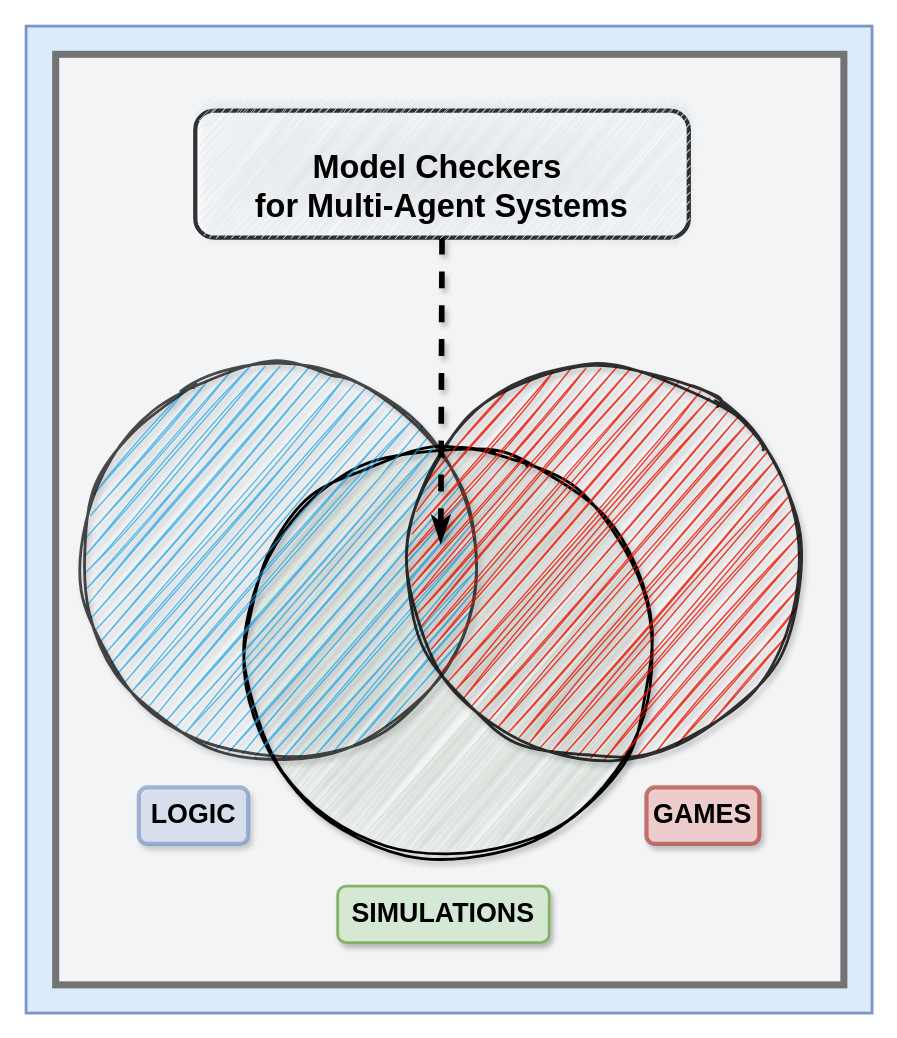
Before: docs/img/pymcmas-neighborhood.drawio in mattvonrocketstein/py-mcmas, a draw.io diagram. Source tidied: cells renumbered, new cells numbered last; positions are measured from the earlier drawing's top-left corner, leaving out a move shared by most shapes. Both pictures are drawn from the tidied source at 141%, with x=0, y=0 at pixel (25, 25).
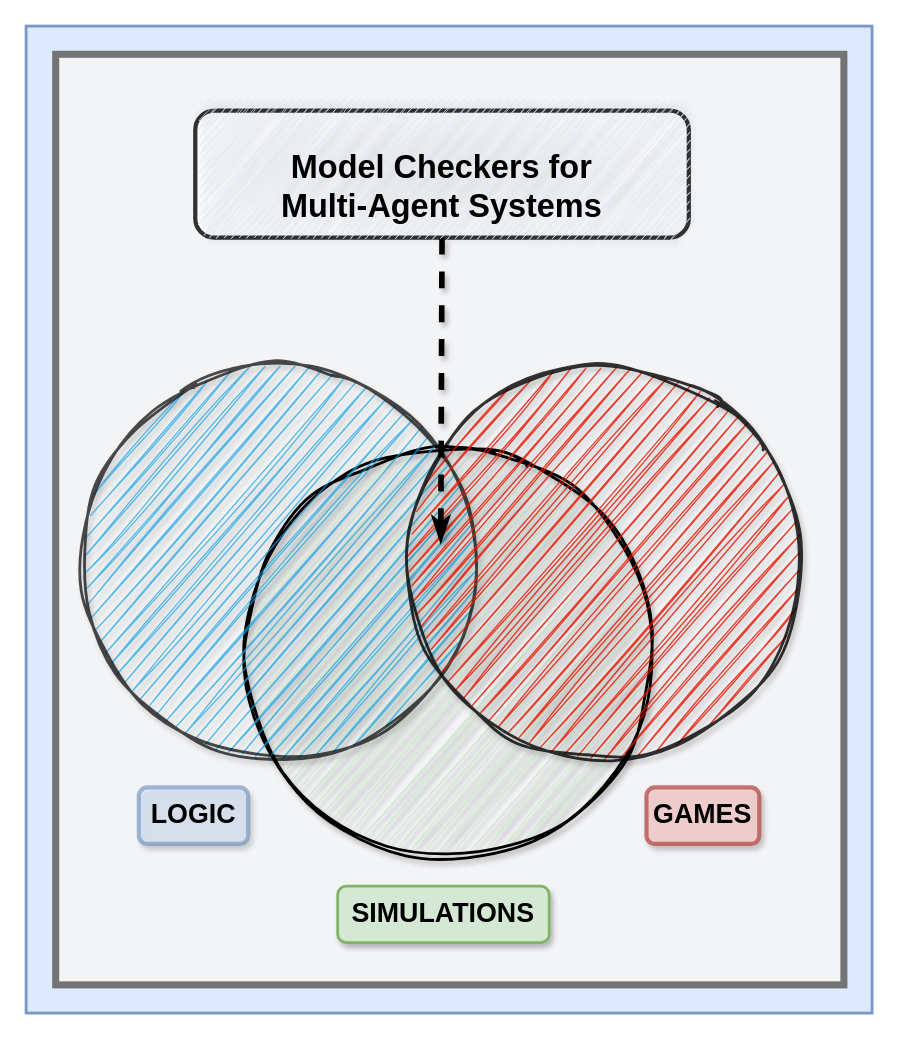
The same diagram, later.

Change to the diagram source:
```diff
@@
 <mxGraphModel>
   <root>
     <mxCell id="0" />
     <mxCell id="1" parent="0" />
     <mxCell id="2" style="rounded=0;whiteSpace=wrap;html=1;shadow=0;opacity=90;strokeWidth=2;align=center;verticalAlign=middle;fontFamily=Helvetica;fontSize=12;glass=0;gradientDirection=radial;fillColor=#dae8fc;strokeColor=#6c8ebf;" parent="1" vertex="1">
       <mxGeometry width="600" height="700" as="geometry" />
     </mxCell>
     <mxCell id="3" style="rounded=0;whiteSpace=wrap;html=1;shadow=0;opacity=90;strokeWidth=5;align=center;verticalAlign=middle;fontFamily=Helvetica;fontSize=12;glass=0;fillColor=#f5f5f5;strokeColor=#666666;fontColor=#333333;" parent="1" vertex="1">
       <mxGeometry x="21" y="20" width="559" height="660" as="geometry" />
     </mxCell>
     <mxCell id="4" style="ellipse;whiteSpace=wrap;html=1;gradientDirection=radial;rounded=1;shadow=1;align=center;verticalAlign=middle;fontFamily=Helvetica;fontSize=12;strokeWidth=2;fillColor=#d5e8d4;strokeColor=light-dark(#000000, #446e2c);sketch=1;curveFitting=1;jiggle=2;" parent="1" vertex="1">
       <mxGeometry x="155" y="299" width="290" height="290" as="geometry" />
     </mxCell>
     <mxCell id="5" value="&lt;div&gt;&lt;b&gt;&lt;font style=&quot;font-size: 19px;&quot;&gt;&amp;nbsp; &amp;nbsp; &amp;nbsp; &amp;nbsp; &amp;nbsp;&amp;nbsp;&lt;/font&gt;&lt;/b&gt;&lt;/div&gt;&lt;div&gt;&lt;b&gt;&lt;font style=&quot;font-size: 19px;&quot;&gt;&amp;nbsp; &amp;nbsp; &amp;nbsp; &amp;nbsp;&amp;nbsp;&lt;/font&gt;&lt;/b&gt;&lt;/div&gt;&lt;div&gt;&lt;br&gt;&lt;/div&gt;&lt;div&gt;&lt;b&gt;&lt;font style=&quot;font-size: 19px;&quot;&gt;&lt;br&gt;&lt;/font&gt;&lt;/b&gt;&lt;/div&gt;&lt;div&gt;&lt;b&gt;&lt;font style=&quot;font-size: 19px;&quot;&gt;&lt;br&gt;&lt;/font&gt;&lt;/b&gt;&lt;/div&gt;&lt;div&gt;&lt;b&gt;&lt;font style=&quot;font-size: 19px;&quot;&gt;&lt;br&gt;&lt;/font&gt;&lt;/b&gt;&lt;/div&gt;&lt;div&gt;&lt;b&gt;&lt;font style=&quot;font-size: 19px;&quot;&gt;&lt;br&gt;&lt;/font&gt;&lt;/b&gt;&lt;/div&gt;&lt;div&gt;&lt;b&gt;&lt;font style=&quot;font-size: 19px;&quot;&gt;&lt;br&gt;&lt;/font&gt;&lt;/b&gt;&lt;/div&gt;&lt;div&gt;&lt;b&gt;&lt;font style=&quot;font-size: 19px;&quot;&gt;&lt;br&gt;&lt;/font&gt;&lt;/b&gt;&lt;/div&gt;" style="ellipse;whiteSpace=wrap;html=1;rounded=1;shadow=1;opacity=70;align=center;verticalAlign=middle;fontFamily=Helvetica;fontSize=12;strokeWidth=2;fillColor=#1ba1e2;strokeColor=#000000;gradientDirection=west;fontColor=#ffffff;sketch=1;curveFitting=1;jiggle=2;" parent="1" vertex="1">
       <mxGeometry x="40" y="240" width="280" height="280" as="geometry" />
     </mxCell>
     <mxCell id="6" value="&lt;font style=&quot;font-size: 19px; color: rgb(0, 0, 0);&quot;&gt;&lt;b style=&quot;&quot;&gt;SIMULATIONS&lt;/b&gt;&lt;/font&gt;" style="rounded=1;whiteSpace=wrap;html=1;shadow=1;strokeWidth=2;align=center;verticalAlign=middle;fontFamily=Helvetica;fontSize=12;glass=0;gradientDirection=south;fillColor=#d5e8d4;strokeColor=#82b366;" parent="1" vertex="1">
       <mxGeometry x="221" y="610" width="150" height="40" as="geometry" />
     </mxCell>
     <mxCell id="7" value="&lt;div&gt;&lt;b&gt;&lt;font style=&quot;font-size: 19px;&quot;&gt;&amp;nbsp; &amp;nbsp; &amp;nbsp; &amp;nbsp; &amp;nbsp;&amp;nbsp;&lt;/font&gt;&lt;/b&gt;&lt;/div&gt;&lt;div&gt;&lt;b&gt;&lt;font style=&quot;font-size: 19px;&quot;&gt;&amp;nbsp; &amp;nbsp; &amp;nbsp; &amp;nbsp;&amp;nbsp;&lt;/font&gt;&lt;/b&gt;&lt;/div&gt;&lt;div&gt;&lt;br&gt;&lt;/div&gt;&lt;div&gt;&lt;b&gt;&lt;font style=&quot;font-size: 19px;&quot;&gt;&lt;br&gt;&lt;/font&gt;&lt;/b&gt;&lt;/div&gt;&lt;div&gt;&lt;b&gt;&lt;font style=&quot;font-size: 19px;&quot;&gt;&lt;br&gt;&lt;/font&gt;&lt;/b&gt;&lt;/div&gt;&lt;div&gt;&lt;b&gt;&lt;font style=&quot;font-size: 19px;&quot;&gt;&lt;br&gt;&lt;/font&gt;&lt;/b&gt;&lt;/div&gt;&lt;div&gt;&lt;b&gt;&lt;font style=&quot;font-size: 19px;&quot;&gt;&lt;br&gt;&lt;/font&gt;&lt;/b&gt;&lt;/div&gt;&lt;div&gt;&lt;b&gt;&lt;font style=&quot;font-size: 19px;&quot;&gt;&lt;br&gt;&lt;/font&gt;&lt;/b&gt;&lt;/div&gt;&lt;div&gt;&lt;b&gt;&lt;font style=&quot;font-size: 19px;&quot;&gt;&lt;br&gt;&lt;/font&gt;&lt;/b&gt;&lt;/div&gt;" style="ellipse;whiteSpace=wrap;html=1;rounded=1;shadow=1;opacity=80;align=center;verticalAlign=middle;fontFamily=Helvetica;fontSize=12;strokeWidth=2;fillColor=#e51400;strokeColor=#000000;gradientDirection=west;fontColor=#ffffff;perimeterSpacing=20;sketch=1;curveFitting=1;jiggle=2;" parent="1" vertex="1">
       <mxGeometry x="270" y="240" width="280" height="280" as="geometry" />
     </mxCell>
     <mxCell id="8" value="&lt;div&gt;&lt;b style=&quot;font-size: 19px; background-color: transparent;&quot;&gt;GAMES&lt;/b&gt;&lt;/div&gt;" style="rounded=1;whiteSpace=wrap;html=1;shadow=1;opacity=80;strokeWidth=3;align=center;verticalAlign=middle;fontFamily=Helvetica;fontSize=12;glass=0;fillColor=#f8cecc;strokeColor=#b85450;gradientDirection=west;" parent="1" vertex="1">
       <mxGeometry x="440" y="540" width="80" height="40" as="geometry" />
     </mxCell>
     <mxCell id="9" value="&lt;div&gt;&lt;b style=&quot;font-size: 19px; background-color: transparent;&quot;&gt;LOGIC&lt;/b&gt;&lt;/div&gt;" style="rounded=1;whiteSpace=wrap;html=1;shadow=1;opacity=60;strokeWidth=3;align=center;verticalAlign=middle;fontFamily=Helvetica;fontSize=12;glass=0;fillColor=#dae8fc;strokeColor=#6c8ebf;gradientDirection=west;" parent="1" vertex="1">
       <mxGeometry x="80" y="540" width="77.5" height="40" as="geometry" />
     </mxCell>
     <mxCell id="10" style="edgeStyle=none;html=1;rounded=1;align=center;verticalAlign=middle;fontFamily=Helvetica;fontSize=11;fontColor=default;labelBackgroundColor=default;endArrow=classicThin;strokeWidth=4;startArrow=none;startFill=0;endFill=1;shadow=1;flowAnimation=0;entryX=0;entryY=0;entryDx=0;entryDy=0;exitX=0.5;exitY=1;exitDx=0;exitDy=0;fillColor=#ffff88;strokeColor=#000000;dashed=1;" parent="1" edge="1" source="11">
       <mxGeometry relative="1" as="geometry">
         <mxPoint x="294.1" y="366" as="targetPoint" />
       </mxGeometry>
     </mxCell>
     <mxCell id="11" value="&lt;h2 style=&quot;line-height: 50%;&quot;&gt;&lt;/h2&gt;" style="text;html=1;align=center;verticalAlign=middle;whiteSpace=wrap;rounded=1;strokeWidth=3;glass=0;shadow=0;gradientDirection=radial;opacity=80;fillColor=#EFEFEF;fontColor=#333333;strokeColor=default;gradientColor=#FFFFFF;" parent="1" vertex="1">
       <mxGeometry x="120" y="60" width="350" height="90" as="geometry" />
     </mxCell>
-    <mxCell id="12" value="&lt;h2 style=&quot;line-height: 60%;&quot;&gt;&lt;font style=&quot;font-size: 23px; line-height: 60%;&quot;&gt;&lt;font&gt;&lt;font face=&quot;Helvetica&quot;&gt;&lt;br&gt;&lt;/font&gt;&lt;/font&gt;&lt;/font&gt;&lt;/h2&gt;&lt;h2 style=&quot;line-height: 60%;&quot;&gt;&lt;font style=&quot;font-size: 23px; line-height: 60%;&quot;&gt;&lt;font&gt;&lt;font face=&quot;Helvetica&quot;&gt;Model Checkers&amp;nbsp;&lt;/font&gt;&lt;/font&gt;&lt;/font&gt;&lt;/h2&gt;&lt;h2 style=&quot;line-height: 60%;&quot;&gt;&lt;font style=&quot;font-size: 23px; line-height: 60%;&quot;&gt;&lt;span style=&quot;background-color: transparent;&quot;&gt;for&amp;nbsp;&lt;/span&gt;&lt;/font&gt;&lt;span style=&quot;background-color: transparent; font-size: 23px; line-height: 60%;&quot;&gt;Multi-Agent Systems&lt;/span&gt;&lt;/h2&gt;" style="text;html=1;align=center;verticalAlign=middle;whiteSpace=wrap;rounded=1;fontFamily=Helvetica;fontSize=12;dashed=1;dashPattern=12 12;sketch=1;curveFitting=1;jiggle=2;shadow=1;fillColor=#dae8fc;strokeColor=none;" parent="1" vertex="1">
+    <mxCell id="12" value="&lt;h2 style=&quot;line-height: 60%;&quot;&gt;&lt;font style=&quot;font-size: 23px; line-height: 60%;&quot;&gt;&lt;font&gt;&lt;font face=&quot;Helvetica&quot;&gt;&lt;br&gt;&lt;/font&gt;&lt;/font&gt;&lt;/font&gt;&lt;/h2&gt;&lt;h2 style=&quot;line-height: 60%;&quot;&gt;&lt;font style=&quot;font-size: 23px; line-height: 60%;&quot;&gt;&lt;font&gt;&lt;font face=&quot;Helvetica&quot;&gt;Model Checkers&amp;nbsp;&lt;/font&gt;&lt;/font&gt;&lt;/font&gt;&lt;span style=&quot;font-size: 23px; background-color: transparent;&quot;&gt;for&lt;/span&gt;&lt;/h2&gt;&lt;h2 style=&quot;line-height: 60%;&quot;&gt;&lt;span style=&quot;background-color: transparent; font-size: 23px; line-height: 60%;&quot;&gt;Multi-Agent Systems&lt;/span&gt;&lt;/h2&gt;" style="text;html=1;align=center;verticalAlign=middle;whiteSpace=wrap;rounded=1;fontFamily=Helvetica;fontSize=12;dashed=1;dashPattern=12 12;sketch=1;curveFitting=1;jiggle=2;shadow=1;fillColor=#dae8fc;strokeColor=none;" parent="1" vertex="1">
       <mxGeometry x="120" y="50" width="350" height="100" as="geometry" />
     </mxCell>
   </root>
 </mxGraphModel>
```
